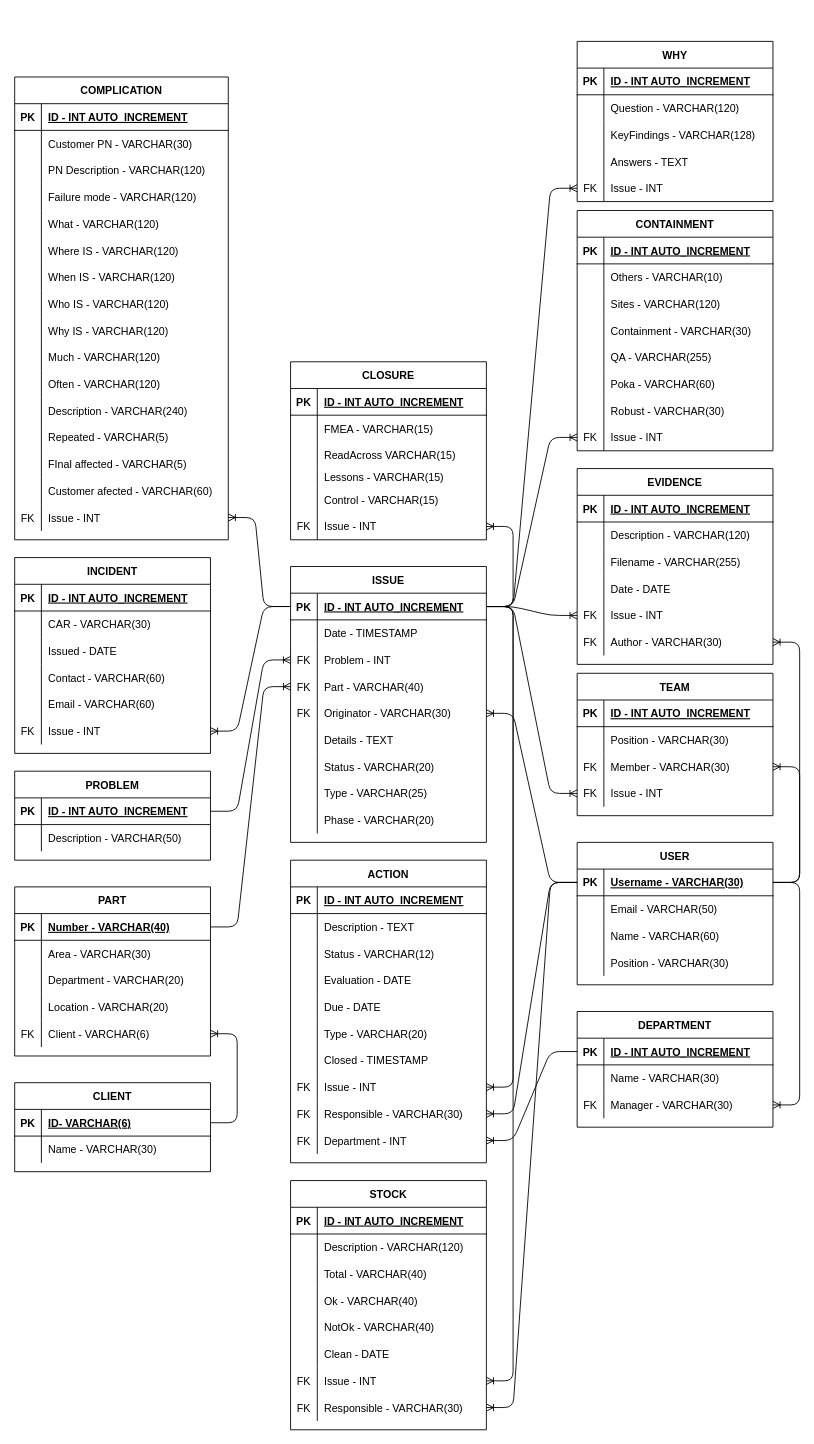
FFahrenheit/ScrapActionListAPI keeps this draw.io diagram as api/db/model/TableDiagram.drawio. Above is the earlier version. Source tidied: cells renumbered, new cells numbered last; positions are measured from the earlier drawing's top-left corner, leaving out a move shared by most shapes. Both pictures are drawn from the tidied source at 89%, with x=0, y=0 at pixel (14, 41).
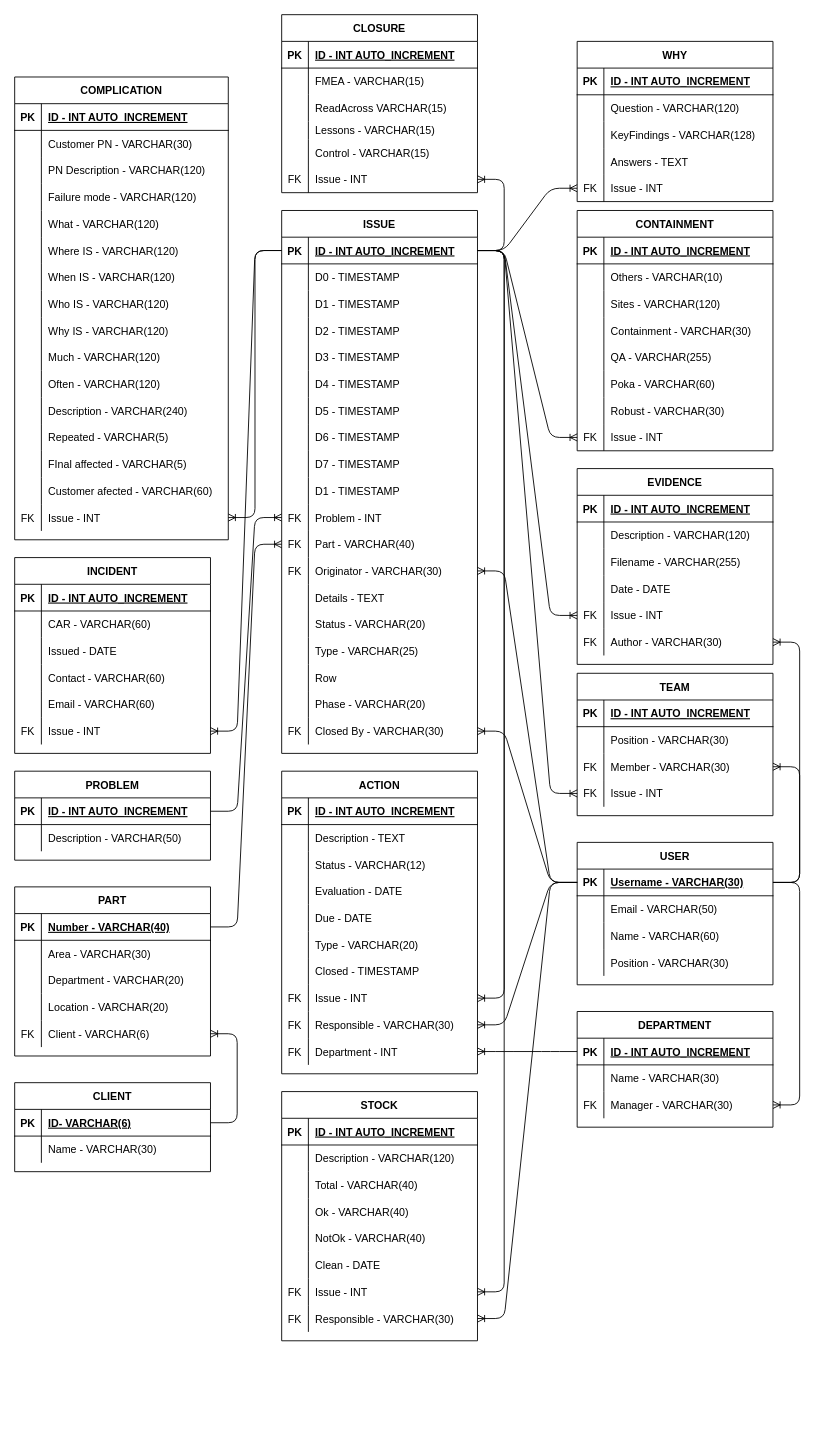
The same diagram, later.

Unchanged cells that the change refers to:
```xml
<mxCell id="36" style="shape=partialRectangle;fillColor=none;top=0;left=0;bottom=0;right=0;" parent="32" vertex="1">
  <mxGeometry y="60" width="220" height="30" as="geometry" />
</mxCell>
<mxCell id="61" style="shape=partialRectangle;fillColor=none;top=0;left=0;bottom=1;right=0;points=[[0,0.5],[1,0.5]];portConstraint=eastwest;" parent="60" vertex="1">
  <mxGeometry y="30" width="220" height="30" as="geometry" />
</mxCell>
<mxCell id="141" style="shape=partialRectangle;fillColor=none;top=0;left=0;bottom=0;right=0;" parent="137" vertex="1">
  <mxGeometry y="60" width="220" height="30" as="geometry" />
</mxCell>
```

The edit, as a diff of the source:
```diff
@@
     <mxCell id="32" value="ISSUE" style="shape=table;startSize=30;childLayout=tableLayout;rowLines=0;fontStyle=1;align=center;" parent="1" vertex="1">
-      <mxGeometry x="310" y="590" width="220" height="310" as="geometry" />
+      <mxGeometry x="300" y="190" width="220" height="610" as="geometry" />
     </mxCell>
@@
-    <mxCell id="38" value="Date - TIMESTAMP" style="shape=partialRectangle;fillColor=none;top=0;left=0;bottom=0;right=0;align=left;spacingLeft=6;overflow=hidden;" parent="36" vertex="1">
+    <mxCell id="38" value="D0 - TIMESTAMP" style="shape=partialRectangle;fillColor=none;top=0;left=0;bottom=0;right=0;align=left;spacingLeft=6;overflow=hidden;" parent="36" vertex="1">
       <mxGeometry x="30" width="190" height="30" as="geometry" />
     </mxCell>
+    <mxCell id="318" style="shape=partialRectangle;fillColor=none;top=0;left=0;bottom=0;right=0;" parent="32" vertex="1">
+      <mxGeometry y="90" width="220" height="30" as="geometry" />
+    </mxCell>
+    <mxCell id="319" style="shape=partialRectangle;fillColor=none;top=0;left=0;bottom=0;right=0;overflow=hidden;" parent="318" vertex="1">
+      <mxGeometry width="30" height="30" as="geometry" />
+    </mxCell>
+    <mxCell id="320" value="D1 - TIMESTAMP" style="shape=partialRectangle;fillColor=none;top=0;left=0;bottom=0;right=0;align=left;spacingLeft=6;overflow=hidden;" parent="318" vertex="1">
+      <mxGeometry x="30" width="190" height="30" as="geometry" />
+    </mxCell>
+    <mxCell id="321" style="shape=partialRectangle;fillColor=none;top=0;left=0;bottom=0;right=0;" parent="32" vertex="1">
+      <mxGeometry y="120" width="220" height="30" as="geometry" />
+    </mxCell>
+    <mxCell id="322" style="shape=partialRectangle;fillColor=none;top=0;left=0;bottom=0;right=0;overflow=hidden;" parent="321" vertex="1">
+      <mxGeometry width="30" height="30" as="geometry" />
+    </mxCell>
+    <mxCell id="323" value="D2 - TIMESTAMP" style="shape=partialRectangle;fillColor=none;top=0;left=0;bottom=0;right=0;align=left;spacingLeft=6;overflow=hidden;" parent="321" vertex="1">
+      <mxGeometry x="30" width="190" height="30" as="geometry" />
+    </mxCell>
+    <mxCell id="324" style="shape=partialRectangle;fillColor=none;top=0;left=0;bottom=0;right=0;" parent="32" vertex="1">
+      <mxGeometry y="150" width="220" height="30" as="geometry" />
+    </mxCell>
+    <mxCell id="325" style="shape=partialRectangle;fillColor=none;top=0;left=0;bottom=0;right=0;overflow=hidden;" parent="324" vertex="1">
+      <mxGeometry width="30" height="30" as="geometry" />
+    </mxCell>
+    <mxCell id="326" value="D3 - TIMESTAMP" style="shape=partialRectangle;fillColor=none;top=0;left=0;bottom=0;right=0;align=left;spacingLeft=6;overflow=hidden;" parent="324" vertex="1">
+      <mxGeometry x="30" width="190" height="30" as="geometry" />
+    </mxCell>
+    <mxCell id="327" style="shape=partialRectangle;fillColor=none;top=0;left=0;bottom=0;right=0;" parent="32" vertex="1">
+      <mxGeometry y="180" width="220" height="30" as="geometry" />
+    </mxCell>
+    <mxCell id="328" style="shape=partialRectangle;fillColor=none;top=0;left=0;bottom=0;right=0;overflow=hidden;" parent="327" vertex="1">
+      <mxGeometry width="30" height="30" as="geometry" />
+    </mxCell>
+    <mxCell id="329" value="D4 - TIMESTAMP" style="shape=partialRectangle;fillColor=none;top=0;left=0;bottom=0;right=0;align=left;spacingLeft=6;overflow=hidden;" parent="327" vertex="1">
+      <mxGeometry x="30" width="190" height="30" as="geometry" />
+    </mxCell>
+    <mxCell id="330" style="shape=partialRectangle;fillColor=none;top=0;left=0;bottom=0;right=0;" parent="32" vertex="1">
+      <mxGeometry y="210" width="220" height="30" as="geometry" />
+    </mxCell>
+    <mxCell id="331" style="shape=partialRectangle;fillColor=none;top=0;left=0;bottom=0;right=0;overflow=hidden;" parent="330" vertex="1">
+      <mxGeometry width="30" height="30" as="geometry" />
+    </mxCell>
+    <mxCell id="332" value="D5 - TIMESTAMP" style="shape=partialRectangle;fillColor=none;top=0;left=0;bottom=0;right=0;align=left;spacingLeft=6;overflow=hidden;" parent="330" vertex="1">
+      <mxGeometry x="30" width="190" height="30" as="geometry" />
+    </mxCell>
+    <mxCell id="333" style="shape=partialRectangle;fillColor=none;top=0;left=0;bottom=0;right=0;" parent="32" vertex="1">
+      <mxGeometry y="240" width="220" height="30" as="geometry" />
+    </mxCell>
+    <mxCell id="334" style="shape=partialRectangle;fillColor=none;top=0;left=0;bottom=0;right=0;overflow=hidden;" parent="333" vertex="1">
+      <mxGeometry width="30" height="30" as="geometry" />
+    </mxCell>
+    <mxCell id="335" value="D6 - TIMESTAMP" style="shape=partialRectangle;fillColor=none;top=0;left=0;bottom=0;right=0;align=left;spacingLeft=6;overflow=hidden;" parent="333" vertex="1">
+      <mxGeometry x="30" width="190" height="30" as="geometry" />
+    </mxCell>
+    <mxCell id="336" style="shape=partialRectangle;fillColor=none;top=0;left=0;bottom=0;right=0;" parent="32" vertex="1">
+      <mxGeometry y="270" width="220" height="30" as="geometry" />
+    </mxCell>
+    <mxCell id="337" style="shape=partialRectangle;fillColor=none;top=0;left=0;bottom=0;right=0;overflow=hidden;" parent="336" vertex="1">
+      <mxGeometry width="30" height="30" as="geometry" />
+    </mxCell>
+    <mxCell id="338" value="D7 - TIMESTAMP" style="shape=partialRectangle;fillColor=none;top=0;left=0;bottom=0;right=0;align=left;spacingLeft=6;overflow=hidden;" parent="336" vertex="1">
+      <mxGeometry x="30" width="190" height="30" as="geometry" />
+    </mxCell>
+    <mxCell id="339" style="shape=partialRectangle;fillColor=none;top=0;left=0;bottom=0;right=0;" parent="32" vertex="1">
+      <mxGeometry y="300" width="220" height="30" as="geometry" />
+    </mxCell>
+    <mxCell id="340" style="shape=partialRectangle;fillColor=none;top=0;left=0;bottom=0;right=0;overflow=hidden;" parent="339" vertex="1">
+      <mxGeometry width="30" height="30" as="geometry" />
+    </mxCell>
+    <mxCell id="341" value="D1 - TIMESTAMP" style="shape=partialRectangle;fillColor=none;top=0;left=0;bottom=0;right=0;align=left;spacingLeft=6;overflow=hidden;" parent="339" vertex="1">
+      <mxGeometry x="30" width="190" height="30" as="geometry" />
+    </mxCell>
     <mxCell id="39" style="shape=partialRectangle;fillColor=none;top=0;left=0;bottom=0;right=0;points=[[0,0.5],[1,0.5]];portConstraint=eastwest;" parent="32" vertex="1">
-      <mxGeometry y="90" width="220" height="30" as="geometry" />
+      <mxGeometry y="330" width="220" height="30" as="geometry" />
     </mxCell>
@@
     <mxCell id="42" style="shape=partialRectangle;fillColor=none;top=0;left=0;bottom=0;right=0;points=[[0,0.5],[1,0.5]];portConstraint=eastwest;" parent="32" vertex="1">
-      <mxGeometry y="120" width="220" height="30" as="geometry" />
+      <mxGeometry y="360" width="220" height="30" as="geometry" />
     </mxCell>
@@
     <mxCell id="45" style="shape=partialRectangle;fillColor=none;top=0;left=0;bottom=0;right=0;points=[[0,0.5],[1,0.5]];portConstraint=eastwest;" parent="32" vertex="1">
-      <mxGeometry y="150" width="220" height="30" as="geometry" />
+      <mxGeometry y="390" width="220" height="30" as="geometry" />
     </mxCell>
@@
     <mxCell id="48" style="shape=partialRectangle;fillColor=none;top=0;left=0;bottom=0;right=0;" parent="32" vertex="1">
-      <mxGeometry y="180" width="220" height="30" as="geometry" />
+      <mxGeometry y="420" width="220" height="30" as="geometry" />
     </mxCell>
@@
     <mxCell id="51" style="shape=partialRectangle;fillColor=none;top=0;left=0;bottom=0;right=0;" parent="32" vertex="1">
-      <mxGeometry y="210" width="220" height="30" as="geometry" />
+      <mxGeometry y="450" width="220" height="30" as="geometry" />
     </mxCell>
@@
     <mxCell id="54" style="shape=partialRectangle;fillColor=none;top=0;left=0;bottom=0;right=0;" parent="32" vertex="1">
-      <mxGeometry y="240" width="220" height="30" as="geometry" />
+      <mxGeometry y="480" width="220" height="30" as="geometry" />
     </mxCell>
@@
+    <mxCell id="342" style="shape=partialRectangle;fillColor=none;top=0;left=0;bottom=0;right=0;" parent="32" vertex="1">
+      <mxGeometry y="510" width="220" height="30" as="geometry" />
+    </mxCell>
+    <mxCell id="343" style="shape=partialRectangle;fillColor=none;top=0;left=0;bottom=0;right=0;overflow=hidden;" parent="342" vertex="1">
+      <mxGeometry width="30" height="30" as="geometry" />
+    </mxCell>
+    <mxCell id="344" value="Row" style="shape=partialRectangle;fillColor=none;top=0;left=0;bottom=0;right=0;align=left;spacingLeft=6;overflow=hidden;" parent="342" vertex="1">
+      <mxGeometry x="30" width="190" height="30" as="geometry" />
+    </mxCell>
     <mxCell id="57" style="shape=partialRectangle;fillColor=none;top=0;left=0;bottom=0;right=0;strokeColor=#FF7D26;" parent="32" vertex="1">
-      <mxGeometry y="270" width="220" height="30" as="geometry" />
+      <mxGeometry y="540" width="220" height="30" as="geometry" />
     </mxCell>
@@
+    <mxCell id="345" style="shape=partialRectangle;fillColor=none;top=0;left=0;bottom=0;right=0;points=[[0,0.5],[1,0.5]];portConstraint=eastwest;" parent="32" vertex="1">
+      <mxGeometry y="570" width="220" height="30" as="geometry" />
+    </mxCell>
+    <mxCell id="346" value="FK" style="shape=partialRectangle;fillColor=none;top=0;left=0;bottom=0;right=0;fontStyle=0;overflow=hidden;" parent="345" vertex="1">
+      <mxGeometry width="30" height="30" as="geometry" />
+    </mxCell>
+    <mxCell id="347" value="Closed By - VARCHAR(30)" style="shape=partialRectangle;fillColor=none;top=0;left=0;bottom=0;right=0;align=left;spacingLeft=6;fontStyle=0;overflow=hidden;" parent="345" vertex="1">
+      <mxGeometry x="30" width="190" height="30" as="geometry" />
+    </mxCell>
@@
     <mxCell id="73" value="ACTION" style="shape=table;startSize=30;childLayout=tableLayout;rowLines=0;fontStyle=1;align=center;" parent="1" vertex="1">
-      <mxGeometry x="310" y="920" width="220" height="340" as="geometry" />
+      <mxGeometry x="300" y="820" width="220" height="340" as="geometry" />
     </mxCell>
@@
-    <mxCell id="143" value="CAR - VARCHAR(30)" style="shape=partialRectangle;fillColor=none;top=0;left=0;bottom=0;right=0;align=left;spacingLeft=6;overflow=hidden;" parent="141" vertex="1">
+    <mxCell id="143" value="CAR - VARCHAR(60)" style="shape=partialRectangle;fillColor=none;top=0;left=0;bottom=0;right=0;align=left;spacingLeft=6;overflow=hidden;" parent="141" vertex="1">
       <mxGeometry x="30" width="190" height="30" as="geometry" />
     </mxCell>
@@
     <mxCell id="254" value="STOCK" style="shape=table;startSize=30;childLayout=tableLayout;rowLines=0;fontStyle=1;align=center;" parent="1" vertex="1">
-      <mxGeometry x="310" y="1280" width="220" height="280" as="geometry" />
+      <mxGeometry x="300" y="1180" width="220" height="280" as="geometry" />
     </mxCell>
@@
     <mxCell id="298" value="CLOSURE" style="shape=table;startSize=30;childLayout=tableLayout;rowLines=0;fontStyle=1;align=center;" parent="1" vertex="1">
-      <mxGeometry x="310" y="360" width="220" height="200" as="geometry" />
+      <mxGeometry x="300" y="-30" width="220" height="200" as="geometry" />
     </mxCell>
@@
+    <mxCell id="348" style="edgeStyle=entityRelationEdgeStyle;fontSize=12;html=1;endArrow=ERoneToMany;shadow=0;exitX=0;exitY=0.5;exitDx=0;exitDy=0;" parent="1" edge="1" source="61" target="345">
+      <mxGeometry relative="1" as="geometry" />
+    </mxCell>
```
